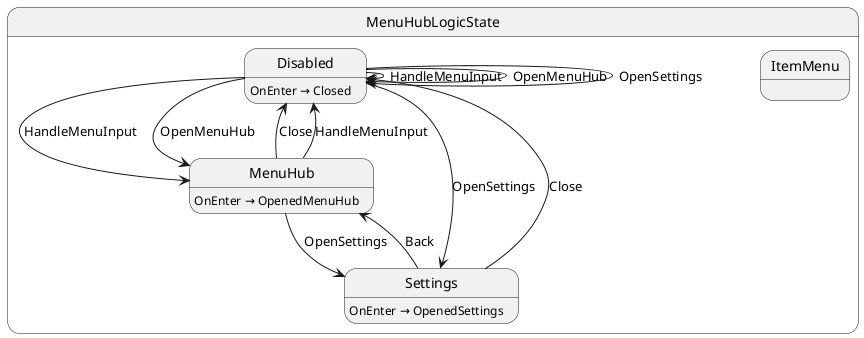
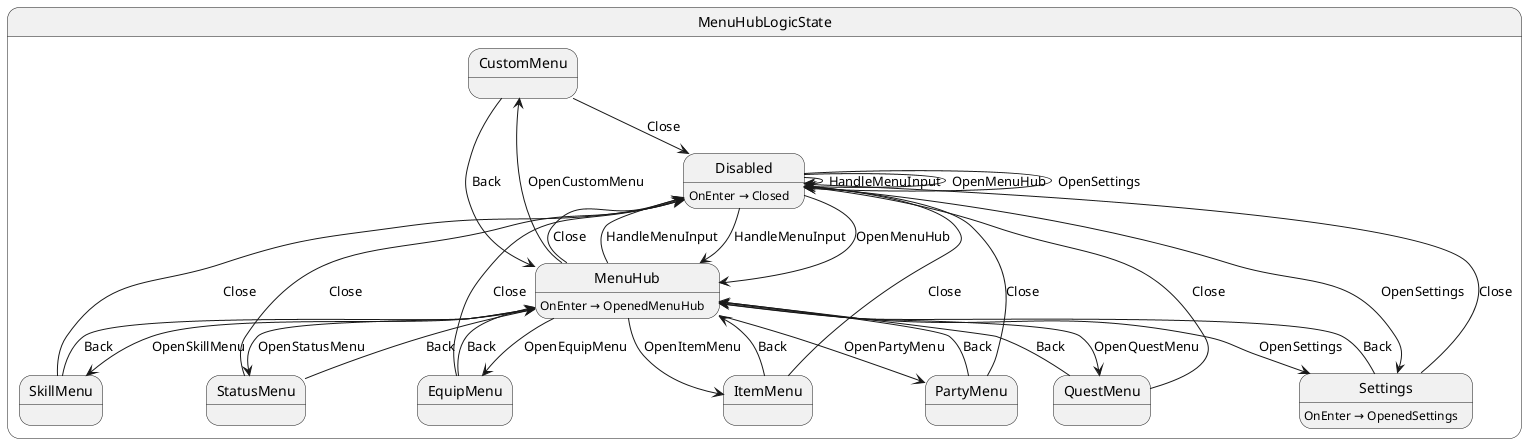
@startuml MenuHubLogicState
state "MenuHubLogicState" as Labyrinth_MenuHubLogicState {
+   state "CustomMenu" as Labyrinth_MenuHubLogicState_CustomMenu
  state "Disabled" as Labyrinth_MenuHubLogicState_Disabled
+   state "EquipMenu" as Labyrinth_MenuHubLogicState_EquipMenu
  state "ItemMenu" as Labyrinth_MenuHubLogicState_ItemMenu
  state "MenuHub" as Labyrinth_MenuHubLogicState_MenuHub
+   state "PartyMenu" as Labyrinth_MenuHubLogicState_PartyMenu
+   state "QuestMenu" as Labyrinth_MenuHubLogicState_QuestMenu
  state "Settings" as Labyrinth_MenuHubLogicState_Settings
+   state "SkillMenu" as Labyrinth_MenuHubLogicState_SkillMenu
+   state "StatusMenu" as Labyrinth_MenuHubLogicState_StatusMenu
}

+ Labyrinth_MenuHubLogicState_CustomMenu --> Labyrinth_MenuHubLogicState_Disabled : Close
+ Labyrinth_MenuHubLogicState_CustomMenu --> Labyrinth_MenuHubLogicState_MenuHub : Back
Labyrinth_MenuHubLogicState_Disabled --> Labyrinth_MenuHubLogicState_Disabled : HandleMenuInput
Labyrinth_MenuHubLogicState_Disabled --> Labyrinth_MenuHubLogicState_Disabled : OpenMenuHub
Labyrinth_MenuHubLogicState_Disabled --> Labyrinth_MenuHubLogicState_Disabled : OpenSettings
Labyrinth_MenuHubLogicState_Disabled --> Labyrinth_MenuHubLogicState_MenuHub : HandleMenuInput
Labyrinth_MenuHubLogicState_Disabled --> Labyrinth_MenuHubLogicState_MenuHub : OpenMenuHub
Labyrinth_MenuHubLogicState_Disabled --> Labyrinth_MenuHubLogicState_Settings : OpenSettings
+ Labyrinth_MenuHubLogicState_EquipMenu --> Labyrinth_MenuHubLogicState_Disabled : Close
+ Labyrinth_MenuHubLogicState_EquipMenu --> Labyrinth_MenuHubLogicState_MenuHub : Back
+ Labyrinth_MenuHubLogicState_ItemMenu --> Labyrinth_MenuHubLogicState_Disabled : Close
+ Labyrinth_MenuHubLogicState_ItemMenu --> Labyrinth_MenuHubLogicState_MenuHub : Back
+ Labyrinth_MenuHubLogicState_MenuHub --> Labyrinth_MenuHubLogicState_CustomMenu : OpenCustomMenu
Labyrinth_MenuHubLogicState_MenuHub --> Labyrinth_MenuHubLogicState_Disabled : Close
Labyrinth_MenuHubLogicState_MenuHub --> Labyrinth_MenuHubLogicState_Disabled : HandleMenuInput
+ Labyrinth_MenuHubLogicState_MenuHub --> Labyrinth_MenuHubLogicState_EquipMenu : OpenEquipMenu
+ Labyrinth_MenuHubLogicState_MenuHub --> Labyrinth_MenuHubLogicState_ItemMenu : OpenItemMenu
+ Labyrinth_MenuHubLogicState_MenuHub --> Labyrinth_MenuHubLogicState_PartyMenu : OpenPartyMenu
+ Labyrinth_MenuHubLogicState_MenuHub --> Labyrinth_MenuHubLogicState_QuestMenu : OpenQuestMenu
Labyrinth_MenuHubLogicState_MenuHub --> Labyrinth_MenuHubLogicState_Settings : OpenSettings
+ Labyrinth_MenuHubLogicState_MenuHub --> Labyrinth_MenuHubLogicState_SkillMenu : OpenSkillMenu
+ Labyrinth_MenuHubLogicState_MenuHub --> Labyrinth_MenuHubLogicState_StatusMenu : OpenStatusMenu
+ Labyrinth_MenuHubLogicState_PartyMenu --> Labyrinth_MenuHubLogicState_Disabled : Close
+ Labyrinth_MenuHubLogicState_PartyMenu --> Labyrinth_MenuHubLogicState_MenuHub : Back
+ Labyrinth_MenuHubLogicState_QuestMenu --> Labyrinth_MenuHubLogicState_Disabled : Close
+ Labyrinth_MenuHubLogicState_QuestMenu --> Labyrinth_MenuHubLogicState_MenuHub : Back
Labyrinth_MenuHubLogicState_Settings --> Labyrinth_MenuHubLogicState_Disabled : Close
Labyrinth_MenuHubLogicState_Settings --> Labyrinth_MenuHubLogicState_MenuHub : Back
+ Labyrinth_MenuHubLogicState_SkillMenu --> Labyrinth_MenuHubLogicState_Disabled : Close
+ Labyrinth_MenuHubLogicState_SkillMenu --> Labyrinth_MenuHubLogicState_MenuHub : Back
+ Labyrinth_MenuHubLogicState_StatusMenu --> Labyrinth_MenuHubLogicState_Disabled : Close
+ Labyrinth_MenuHubLogicState_StatusMenu --> Labyrinth_MenuHubLogicState_MenuHub : Back

Labyrinth_MenuHubLogicState_Disabled : OnEnter → Closed
Labyrinth_MenuHubLogicState_MenuHub : OnEnter → OpenedMenuHub
Labyrinth_MenuHubLogicState_Settings : OnEnter → OpenedSettings
@enduml